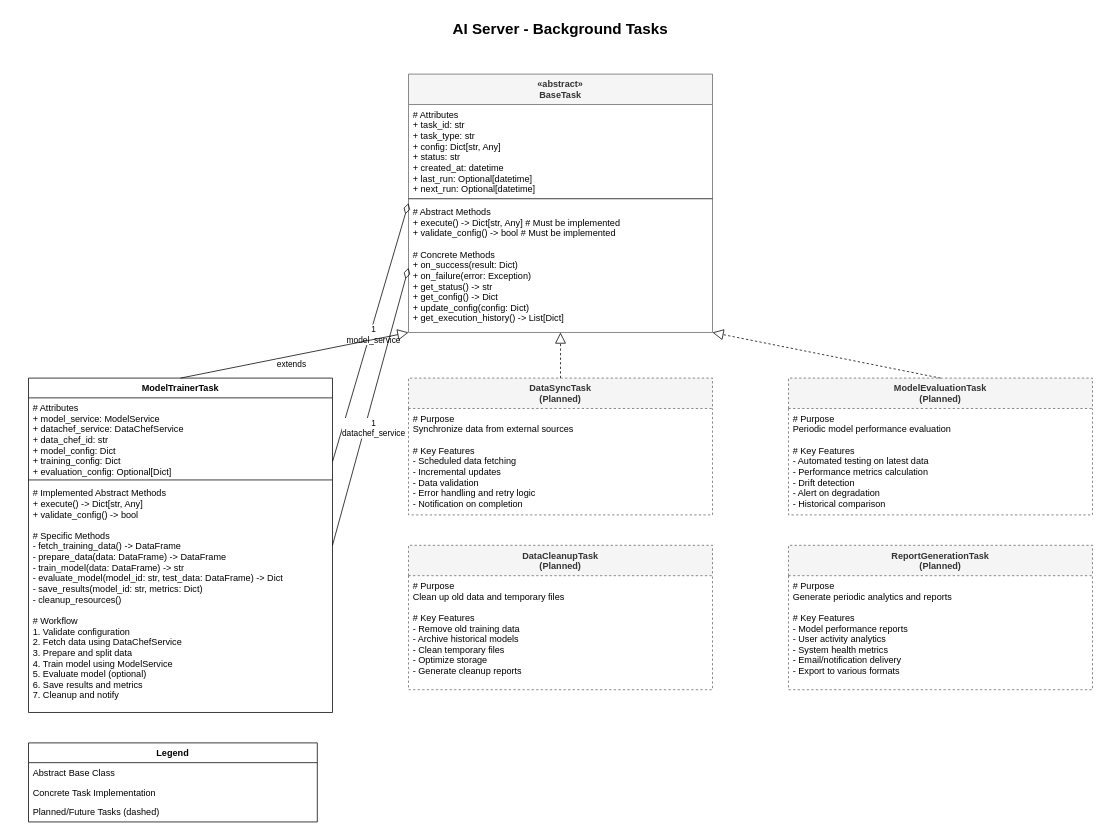
The draw.io diagram diagrams/class/AI_Server_Tasks.drawio in VennDev/VRecommendSystem, before the edit. Source tidied: cells renumbered, new cells numbered last; positions are measured from the earlier drawing's top-left corner, leaving out a move shared by most shapes. Both pictures are drawn from the tidied source at 76%, with x=0, y=0 at pixel (28, 13).
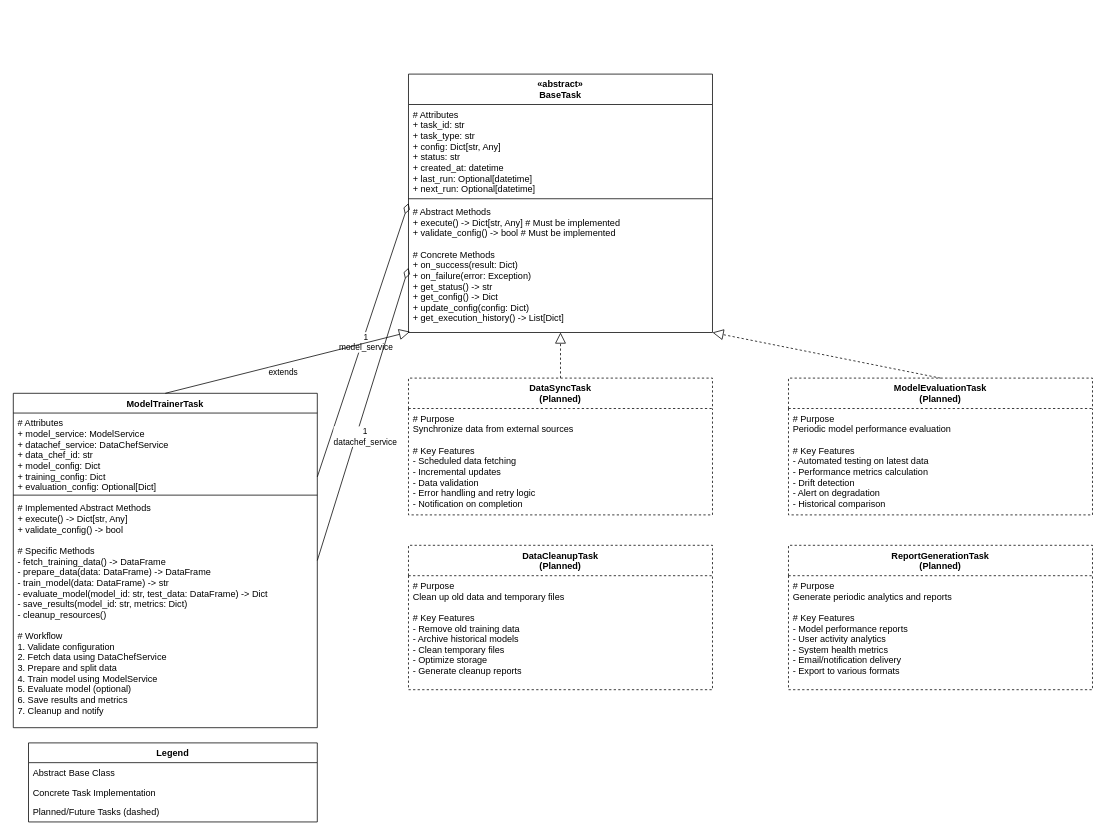
Above is the later version.

The change refers to these unchanged cells:
```xml
<mxCell id="6" value="# Abstract Methods&#10;+ execute() -&gt; Dict[str, Any]  # Must be implemented&#10;+ validate_config() -&gt; bool  # Must be implemented&#10;&#10;# Concrete Methods&#10;+ on_success(result: Dict)&#10;+ on_failure(error: Exception)&#10;+ get_status() -&gt; str&#10;+ get_config() -&gt; Dict&#10;+ update_config(config: Dict)&#10;+ get_execution_history() -&gt; List[Dict]" style="text;strokeColor=none;fillColor=none;align=left;verticalAlign=top;spacingLeft=4;spacingRight=4;overflow=hidden;points=[[0,0.5],[1,0.5]];portConstraint=eastwest;" parent="3" vertex="1">
  <mxGeometry y="168" width="400" height="172" as="geometry" />
</mxCell>
```

The edit, as a diff of the source:
```diff
@@
-    <mxCell id="2" value="AI Server - Background Tasks" style="text;html=1;strokeColor=none;fillColor=none;align=center;verticalAlign=middle;whiteSpace=wrap;rounded=0;fontSize=20;fontStyle=1;" parent="1" vertex="1">
-      <mxGeometry x="450" width="500" height="40" as="geometry" />
-    </mxCell>
-    <mxCell id="3" value="«abstract»&#10;BaseTask" style="swimlane;fontStyle=1;align=center;verticalAlign=top;horizontal=1;startSize=40;fillColor=#f5f5f5;strokeColor=#666666;fontColor=#333333;" parent="1" vertex="1">
+    <mxCell id="3" value="«abstract»&#10;BaseTask" style="swimlane;fontStyle=1;align=center;verticalAlign=top;horizontal=1;startSize=40;" parent="1" vertex="1">
       <mxGeometry x="500" y="80" width="400" height="340" as="geometry" />
     </mxCell>
@@
     <mxCell id="7" value="ModelTrainerTask" style="swimlane;fontStyle=1;align=center;verticalAlign=top;horizontal=1;startSize=26;" parent="1" vertex="1">
-      <mxGeometry y="480" width="400" height="440" as="geometry" />
+      <mxGeometry x="-20" y="500" width="400" height="440" as="geometry" />
     </mxCell>
@@
-    <mxCell id="15" value="DataSyncTask&#10;(Planned)" style="swimlane;fontStyle=1;align=center;verticalAlign=top;horizontal=1;startSize=40;fillColor=#f5f5f5;strokeColor=#666666;fontColor=#333333;dashed=1;" parent="1" vertex="1">
+    <mxCell id="15" value="DataSyncTask&#10;(Planned)" style="swimlane;fontStyle=1;align=center;verticalAlign=top;horizontal=1;startSize=40;dashed=1;" parent="1" vertex="1">
       <mxGeometry x="500" y="480" width="400" height="180" as="geometry" />
     </mxCell>
@@
-    <mxCell id="17" value="ModelEvaluationTask&#10;(Planned)" style="swimlane;fontStyle=1;align=center;verticalAlign=top;horizontal=1;startSize=40;fillColor=#f5f5f5;strokeColor=#666666;fontColor=#333333;dashed=1;" parent="1" vertex="1">
+    <mxCell id="17" value="ModelEvaluationTask&#10;(Planned)" style="swimlane;fontStyle=1;align=center;verticalAlign=top;horizontal=1;startSize=40;dashed=1;" parent="1" vertex="1">
       <mxGeometry x="1000" y="480" width="400" height="180" as="geometry" />
     </mxCell>
@@
-    <mxCell id="19" value="DataCleanupTask&#10;(Planned)" style="swimlane;fontStyle=1;align=center;verticalAlign=top;horizontal=1;startSize=40;fillColor=#f5f5f5;strokeColor=#666666;fontColor=#333333;dashed=1;" parent="1" vertex="1">
+    <mxCell id="19" value="DataCleanupTask&#10;(Planned)" style="swimlane;fontStyle=1;align=center;verticalAlign=top;horizontal=1;startSize=40;dashed=1;" parent="1" vertex="1">
       <mxGeometry x="500" y="700" width="400" height="190" as="geometry" />
     </mxCell>
@@
-    <mxCell id="21" value="ReportGenerationTask&#10;(Planned)" style="swimlane;fontStyle=1;align=center;verticalAlign=top;horizontal=1;startSize=40;fillColor=#f5f5f5;strokeColor=#666666;fontColor=#333333;dashed=1;" parent="1" vertex="1">
+    <mxCell id="21" value="ReportGenerationTask&#10;(Planned)" style="swimlane;fontStyle=1;align=center;verticalAlign=top;horizontal=1;startSize=40;dashed=1;" parent="1" vertex="1">
       <mxGeometry x="1000" y="700" width="400" height="190" as="geometry" />
     </mxCell>
@@
-    <mxCell id="23" style="endArrow=block;endFill=0;endSize=12;html=1;exitX=0.5;exitY=0;exitDx=0;exitDy=0;entryX=0;entryY=1;entryDx=0;entryDy=0;" parent="1" edge="1" source="7" target="3">
+    <mxCell id="23" style="endArrow=block;endFill=0;endSize=12;html=1;exitX=0.5;exitY=0;exitDx=0;exitDy=0;entryX=0.005;entryY=0.994;entryDx=0;entryDy=0;entryPerimeter=0;" parent="1" edge="1" source="7" target="6">
       <mxGeometry relative="1" as="geometry" />
     </mxCell>
```
